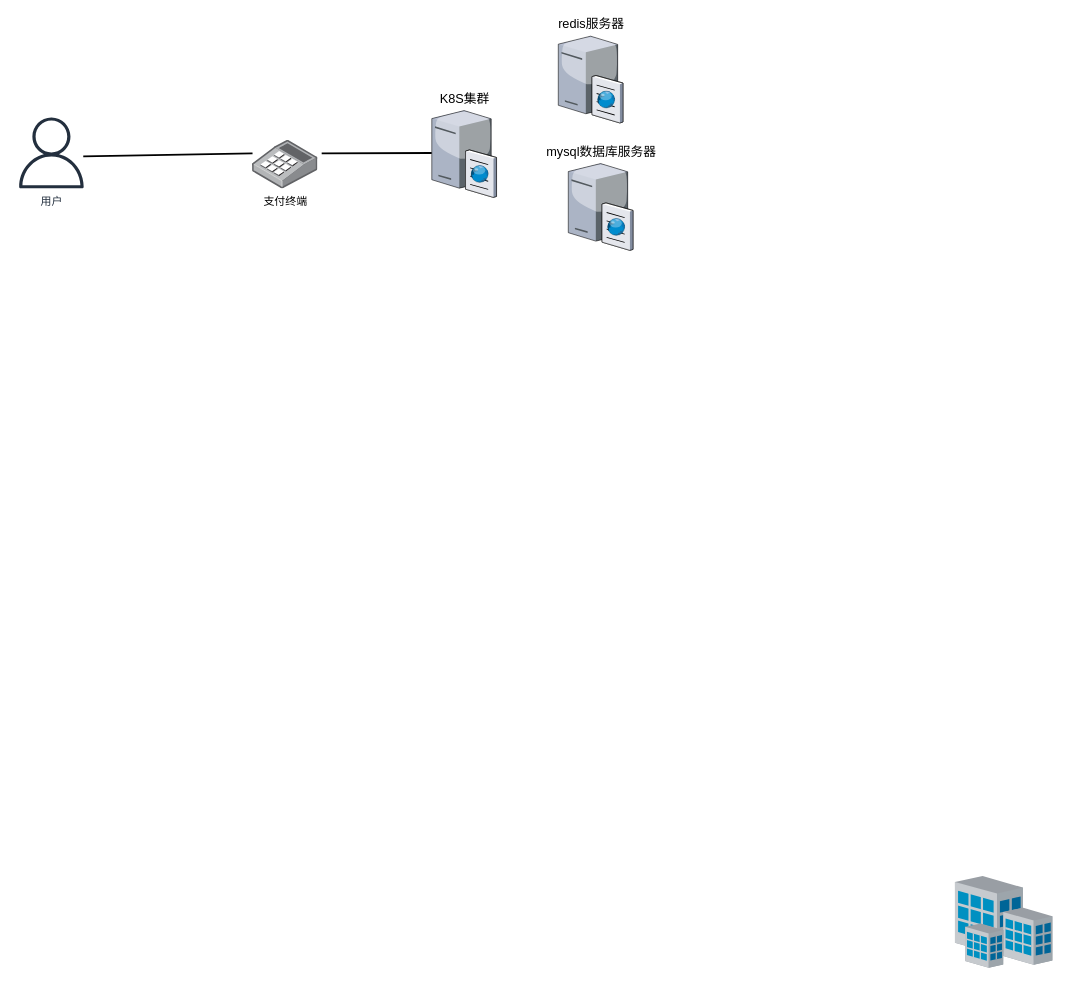
Earlier version of the draw.io diagram 部署图.drawio (wdnb/UML). Source tidied: cells renumbered, new cells numbered last; positions are measured from the earlier drawing's top-left corner, leaving out a move shared by most shapes. Both pictures are drawn from the tidied source at 91%, with x=0, y=0 at pixel (15, 34).
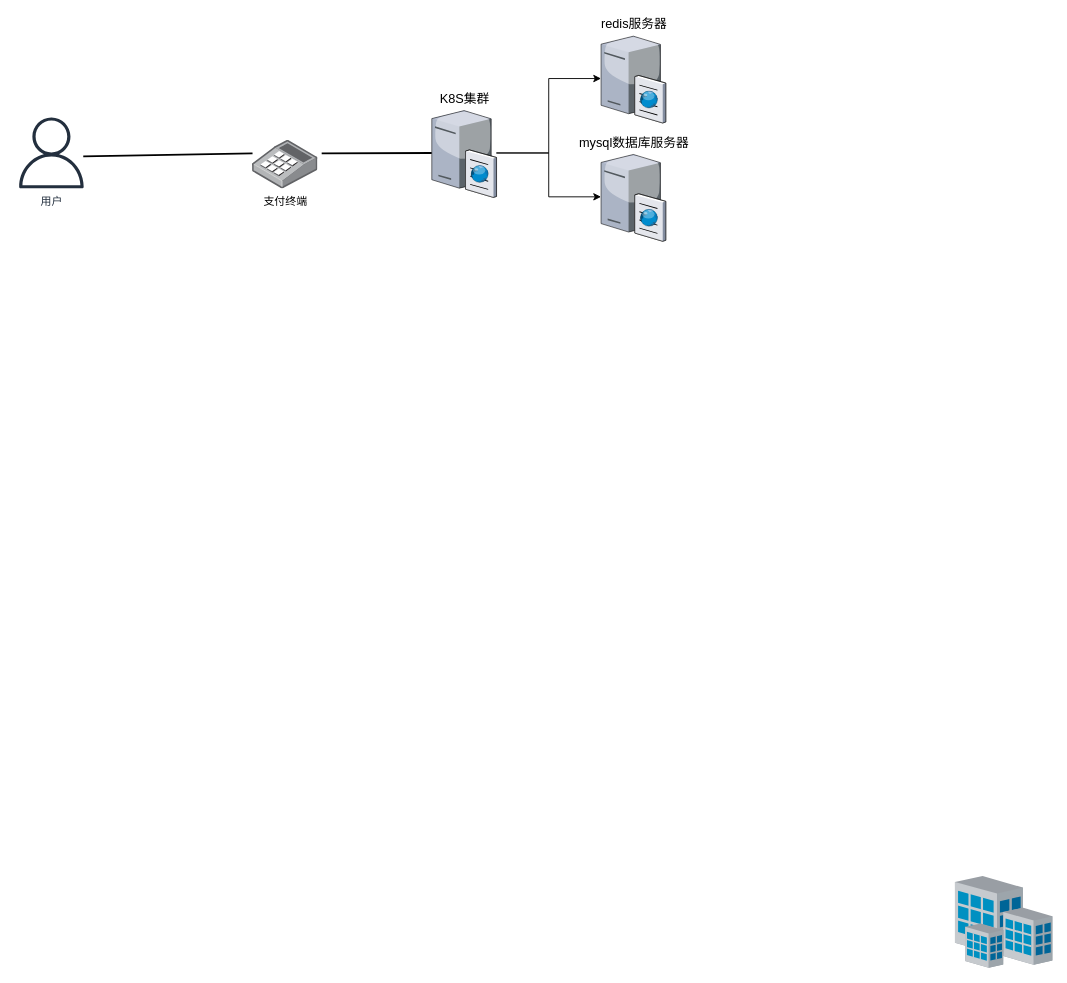
After the change.

Commit message (it also covers changes not shown here):
更新部署图.drawio

What changed in the source:
```diff
@@
 <mxGraphModel>
   <root>
     <mxCell id="0" />
     <mxCell id="1" parent="0" />
     <mxCell id="2" style="edgeStyle=none;rounded=0;html=1;startSize=10;endSize=10;jettySize=auto;orthogonalLoop=1;fontSize=14;endArrow=none;endFill=0;strokeWidth=2;" parent="1" edge="1">
       <mxGeometry relative="1" as="geometry">
         <mxPoint x="74" y="134.3" as="sourcePoint" />
         <mxPoint x="260" y="131.1" as="targetPoint" />
       </mxGeometry>
     </mxCell>
     <mxCell id="3" style="edgeStyle=none;rounded=0;html=1;startSize=10;endSize=10;jettySize=auto;fontSize=14;endArrow=none;endFill=0;strokeWidth=2;" parent="1" edge="1" target="4">
       <mxGeometry relative="1" as="geometry">
         <mxPoint x="336" y="131.1" as="sourcePoint" />
       </mxGeometry>
     </mxCell>
+    <mxCell id="10" style="edgeStyle=orthogonalEdgeStyle;rounded=0;jettySize=auto;html=1;" parent="1" edge="1" source="4" target="9">
+      <mxGeometry relative="1" as="geometry" />
+    </mxCell>
+    <mxCell id="11" style="edgeStyle=orthogonalEdgeStyle;rounded=0;jettySize=auto;html=1;" parent="1" edge="1" source="4" target="8">
+      <mxGeometry relative="1" as="geometry" />
+    </mxCell>
     <mxCell id="4" value="K8S集群" style="verticalLabelPosition=top;html=1;verticalAlign=bottom;strokeColor=none;shape=mxgraph.citrix.cache_server;fillColor=#66B2FF;gradientColor=#0066CC;fontSize=14;labelPosition=center;align=center;" parent="1" vertex="1">
       <mxGeometry x="457" y="81.8" width="71" height="97.5" as="geometry" />
     </mxCell>
     <mxCell id="5" style="verticalLabelPosition=bottom;html=1;verticalAlign=top;strokeColor=none;shape=mxgraph.citrix.site;fillColor=#66B2FF;gradientColor=#0066CC;fontSize=14;" parent="1" vertex="1">
       <mxGeometry x="1032" y="925" width="107" height="101" as="geometry" />
     </mxCell>
     <mxCell id="6" value="用户" style="fontColor=#232F3E;gradientColor=none;fillColor=#232F3E;strokeColor=none;dashed=0;verticalLabelPosition=bottom;verticalAlign=top;align=center;html=1;fontSize=12;fontStyle=0;shape=mxgraph.aws4.user;" parent="1" vertex="1">
       <mxGeometry y="91.5" width="78" height="78" as="geometry" />
     </mxCell>
     <mxCell id="7" value="支付终端" style="html=1;align=center;shadow=0;dashed=0;image;image=img/lib/allied_telesis/computer_and_terminals/POS_keypad.svg;" parent="1" vertex="1">
       <mxGeometry x="260" y="116.7" width="71.8" height="53.3" as="geometry" />
     </mxCell>
     <mxCell id="8" value="mysql数据库服务器" style="verticalLabelPosition=top;html=1;verticalAlign=bottom;strokeColor=none;shape=mxgraph.citrix.cache_server;fillColor=#66B2FF;gradientColor=#0066CC;fontSize=14;labelPosition=center;align=center;" parent="1" vertex="1">
-      <mxGeometry x="607" y="140" width="71" height="97.5" as="geometry" />
+      <mxGeometry x="643" y="130" width="71" height="97.5" as="geometry" />
     </mxCell>
     <mxCell id="9" value="redis服务器" style="verticalLabelPosition=top;html=1;verticalAlign=bottom;strokeColor=none;shape=mxgraph.citrix.cache_server;fillColor=#66B2FF;gradientColor=#0066CC;fontSize=14;labelPosition=center;align=center;" parent="1" vertex="1">
-      <mxGeometry x="596" width="71" height="97.5" as="geometry" />
+      <mxGeometry x="643" width="71" height="97.5" as="geometry" />
     </mxCell>
   </root>
 </mxGraphModel>
```
